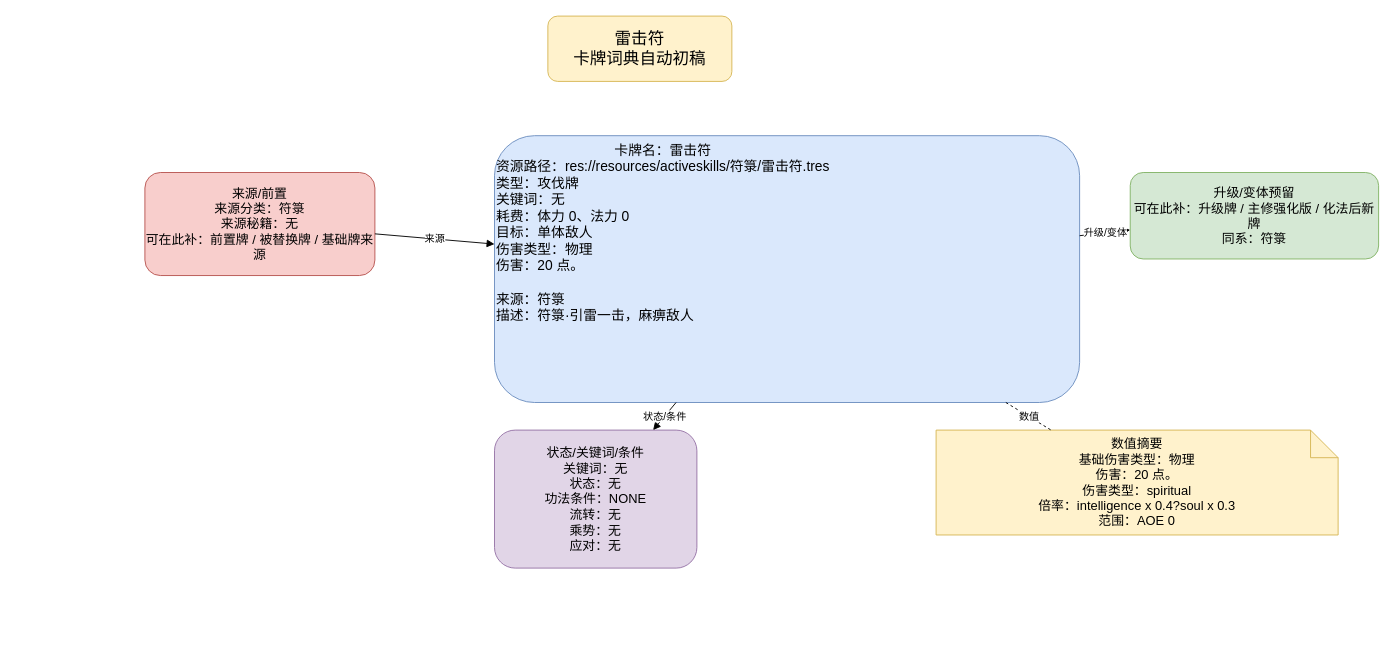
ankundanetracyc-spec/tian-guan-you-du keeps this draw.io diagram as page "雷击符" (1 of 2) of docs/卡牌词典/符箓/雷击符.drawio. Above is the earlier version. Source tidied: cells renumbered, new cells numbered last; positions are measured from the earlier drawing's top-left corner, leaving out a move shared by most shapes. Both pictures are drawn from the tidied source at 92%, with x=0, y=0 at pixel (144, 16).
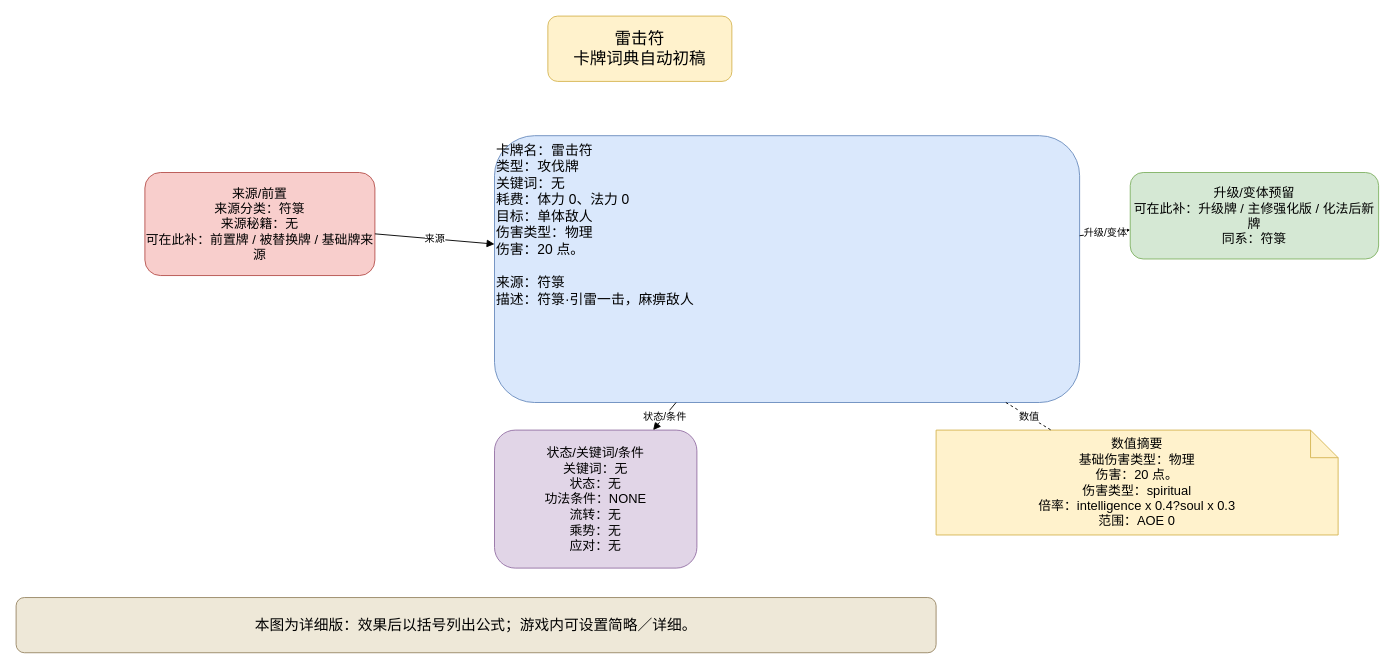
Above is the later version.

What changed in the source:
```diff
@@
 <mxGraphModel>
   <root>
     <mxCell id="0" />
     <mxCell id="1" parent="0" />
     <mxCell id="2" value="雷击符&#10;卡牌词典自动初稿" style="rounded=1;whiteSpace=wrap;html=1;fillColor=#fff2cc;strokeColor=#d6b656;fontSize=18;" parent="1" vertex="1">
       <mxGeometry x="438" width="200" height="71" as="geometry" />
     </mxCell>
-    <mxCell id="3" value="&lt;div style=&quot;text-align:center;&quot;&gt;卡牌名：雷击符&lt;/div&gt;&lt;div style=&quot;text-align:left;&quot;&gt;资源路径：res://resources/activeskills/符箓/雷击符.tres&lt;br&gt;类型：攻伐牌&lt;br&gt;关键词：无&lt;br&gt;耗费：体力 0、法力 0&lt;br&gt;目标：单体敌人&lt;br&gt;伤害类型：物理&lt;br&gt;伤害：20 点。&lt;/div&gt;&lt;br&gt;来源：符箓&lt;br&gt;描述：符箓·引雷一击，麻痹敌人" style="rounded=1;whiteSpace=wrap;html=1;fillColor=#dae8fc;strokeColor=#6c8ebf;fontSize=15;align=left;verticalAlign=top;" parent="1" vertex="1">
+    <mxCell id="3" value="卡牌名：雷击符&#10;类型：攻伐牌&#10;关键词：无&#10;耗费：体力 0、法力 0&#10;目标：单体敌人&#10;伤害类型：物理&#10;伤害：20 点。&#10;&#10;来源：符箓&#10;描述：符箓·引雷一击，麻痹敌人" style="rounded=1;whiteSpace=wrap;html=1;fillColor=#dae8fc;strokeColor=#6c8ebf;fontSize=15;align=left;verticalAlign=top;" parent="1" vertex="1">
       <mxGeometry x="380" y="130" width="636" height="290" as="geometry" />
     </mxCell>
     <mxCell id="4" value="来源/前置&#10;来源分类：符箓&#10;来源秘籍：无&#10;可在此补：前置牌 / 被替换牌 / 基础牌来源" style="rounded=1;whiteSpace=wrap;html=1;fillColor=#f8cecc;strokeColor=#b85450;fontSize=14;" parent="1" vertex="1">
       <mxGeometry y="170" width="250" height="112" as="geometry" />
     </mxCell>
     <mxCell id="5" value="升级/变体预留&#10;可在此补：升级牌 / 主修强化版 / 化法后新牌&#10;同系：符箓" style="rounded=1;whiteSpace=wrap;html=1;fillColor=#d5e8d4;strokeColor=#82b366;fontSize=14;" parent="1" vertex="1">
       <mxGeometry x="1071" y="170" width="270" height="94" as="geometry" />
     </mxCell>
     <mxCell id="6" value="状态/关键词/条件&#10;关键词：无&#10;状态：无&#10;功法条件：NONE&#10;流转：无&#10;乘势：无&#10;应对：无" style="rounded=1;whiteSpace=wrap;html=1;fillColor=#e1d5e7;strokeColor=#9673a6;fontSize=14;" parent="1" vertex="1">
       <mxGeometry x="380" y="450" width="220" height="150" as="geometry" />
     </mxCell>
     <mxCell id="7" value="数值摘要&lt;br&gt;基础伤害类型：物理&lt;br&gt;伤害：20 点。&lt;br&gt;伤害类型：spiritual&lt;br&gt;倍率：intelligence x 0.4?soul x 0.3&lt;br&gt;范围：AOE 0" style="shape=note;whiteSpace=wrap;html=1;fillColor=#fff2cc;strokeColor=#d6b656;fontSize=14;" parent="1" vertex="1">
       <mxGeometry x="860" y="450" width="437" height="114" as="geometry" />
     </mxCell>
     <mxCell id="8" value="来源" style="endArrow=block;html=1;rounded=0;" parent="1" edge="1" source="4" target="3">
       <mxGeometry relative="1" as="geometry" />
     </mxCell>
     <mxCell id="9" value="升级/变体" style="endArrow=block;html=1;rounded=0;" parent="1" edge="1" source="3" target="5">
       <mxGeometry relative="1" as="geometry" />
     </mxCell>
     <mxCell id="10" value="状态/条件" style="endArrow=block;html=1;rounded=0;" parent="1" edge="1" source="3" target="6">
       <mxGeometry relative="1" as="geometry" />
     </mxCell>
     <mxCell id="11" value="数值" style="endArrow=none;dashed=1;html=1;" parent="1" edge="1" source="3" target="7">
       <mxGeometry relative="1" as="geometry" />
     </mxCell>
+    <mxCell id="12" value="本图为详细版：效果后以括号列出公式；游戏内可设置简略／详细。" style="rounded=1;whiteSpace=wrap;html=1;fillColor=#eee8d8;strokeColor=#9a8967;fontSize=16;" parent="1" vertex="1">
+      <mxGeometry x="-140" y="632" width="1000" height="60" as="geometry" />
+    </mxCell>
   </root>
 </mxGraphModel>
```
